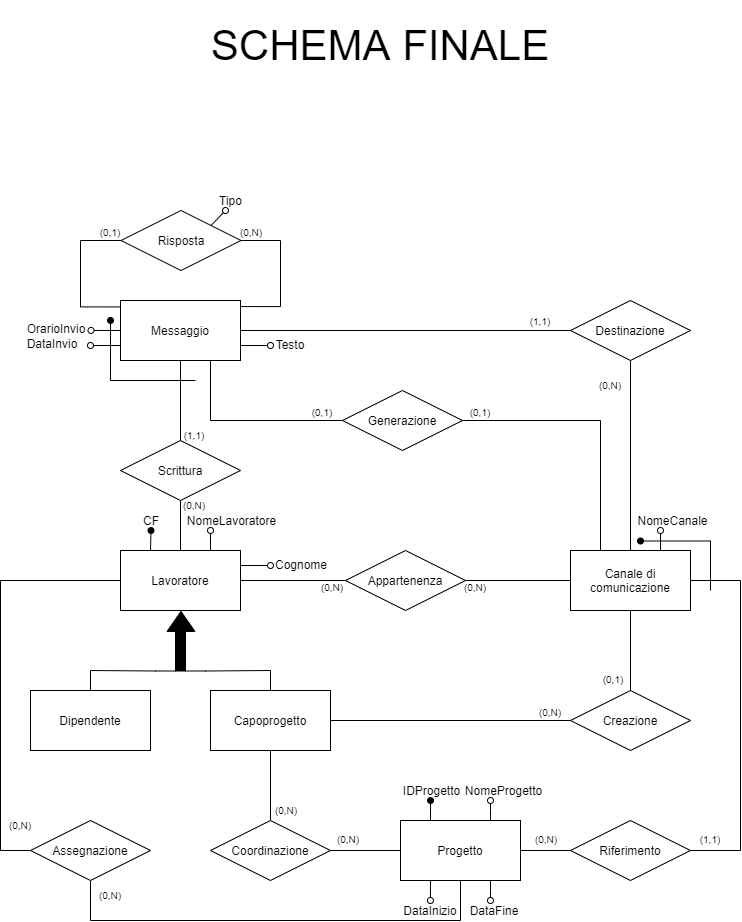
martafra/BD-Chat-Multicanale keeps this draw.io diagram as Relazione/Schema ER/schema-finale.png. Above is the earlier version. Source tidied: cells renumbered, new cells last; positions are measured from the earlier drawing's top-left corner, leaving out a move shared by most shapes.
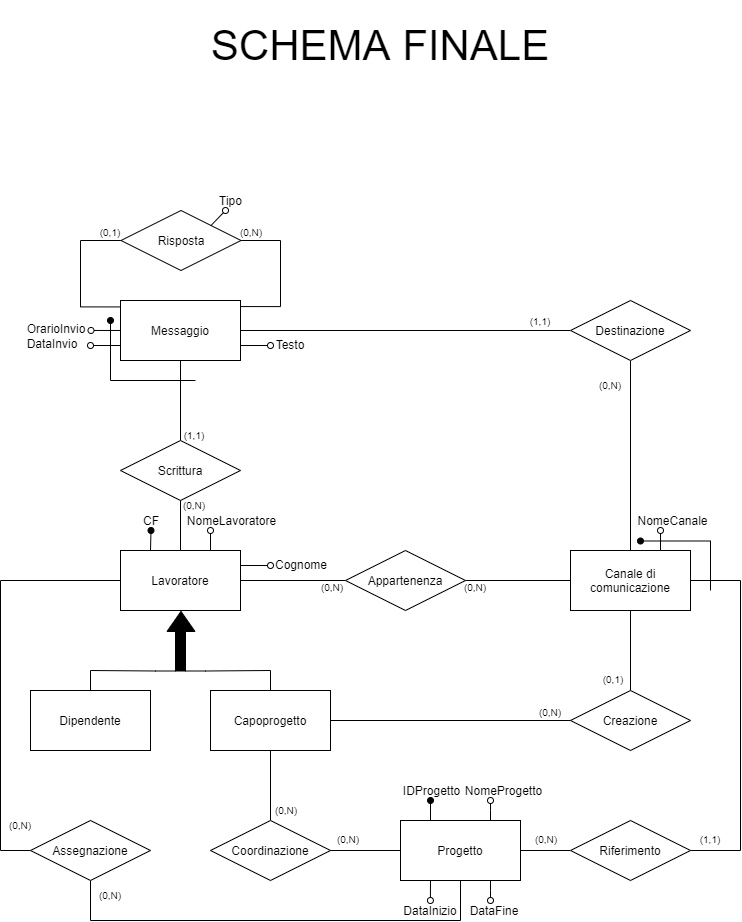
Later version of the same file.

Diff of the diagram source:
```diff
@@ -43,9 +43,6 @@
         <mxPoint x="270" y="345" as="targetPoint" />
       </mxGeometry>
     </mxCell>
-    <mxCell id="12" style="edgeStyle=orthogonalEdgeStyle;rounded=0;jettySize=auto;html=1;exitX=0.75;exitY=1;exitDx=0;exitDy=0;entryX=0;entryY=0.5;entryDx=0;entryDy=0;endArrow=none;endFill=0;startArrow=none;startFill=0;" parent="1" edge="1" source="13" target="77">
-      <mxGeometry relative="1" as="geometry" />
-    </mxCell>
     <mxCell id="13" value="Messaggio" style="rounded=0;whiteSpace=wrap;html=1;" parent="1" vertex="1">
       <mxGeometry x="120" y="300" width="120" height="60" as="geometry" />
     </mxCell>
@@ -297,12 +294,6 @@
     <mxCell id="75" value="(1,1)" style="text;html=1;strokeColor=none;fillColor=none;align=center;verticalAlign=middle;whiteSpace=wrap;rounded=0;fontSize=10;" parent="1" vertex="1">
       <mxGeometry x="700" y="834" width="20" height="10" as="geometry" />
     </mxCell>
-    <mxCell id="76" style="edgeStyle=orthogonalEdgeStyle;rounded=0;jettySize=auto;html=1;exitX=1;exitY=0.5;exitDx=0;exitDy=0;entryX=0.25;entryY=0;entryDx=0;entryDy=0;endArrow=none;endFill=0;" parent="1" edge="1" source="77" target="7">
-      <mxGeometry relative="1" as="geometry" />
-    </mxCell>
-    <mxCell id="77" value="Generazione" style="shape=rhombus;perimeter=rhombusPerimeter;whiteSpace=wrap;html=1;align=center;" parent="1" vertex="1">
-      <mxGeometry x="342" y="390" width="120" height="60" as="geometry" />
-    </mxCell>
     <mxCell id="78" style="rounded=0;jettySize=auto;html=1;exitX=1;exitY=0;exitDx=0;exitDy=0;endArrow=oval;endFill=0;" parent="1" edge="1" source="22">
       <mxGeometry relative="1" as="geometry">
         <mxPoint x="225" y="210" as="targetPoint" />
@@ -311,12 +302,6 @@
     <mxCell id="79" value="Tipo" style="text;html=1;strokeColor=none;fillColor=none;align=center;verticalAlign=middle;whiteSpace=wrap;rounded=0;" parent="1" vertex="1">
       <mxGeometry x="218.2" y="195" width="25" height="10" as="geometry" />
     </mxCell>
-    <mxCell id="80" value="(0,1)" style="text;html=1;strokeColor=none;fillColor=none;align=center;verticalAlign=middle;whiteSpace=wrap;rounded=0;fontSize=10;" parent="1" vertex="1">
-      <mxGeometry x="312" y="407" width="20" height="10" as="geometry" />
-    </mxCell>
-    <mxCell id="81" value="(0,1)" style="text;html=1;strokeColor=none;fillColor=none;align=center;verticalAlign=middle;whiteSpace=wrap;rounded=0;fontSize=10;" parent="1" vertex="1">
-      <mxGeometry x="470" y="407" width="20" height="10" as="geometry" />
-    </mxCell>
     <mxCell id="82" style="edgeStyle=orthogonalEdgeStyle;rounded=0;orthogonalLoop=1;jettySize=auto;html=1;exitX=0;exitY=0.75;exitDx=0;exitDy=0;endArrow=oval;endFill=0;" parent="1" edge="1">
       <mxGeometry relative="1" as="geometry">
         <mxPoint x="120.5" y="330" as="sourcePoint" />
```
